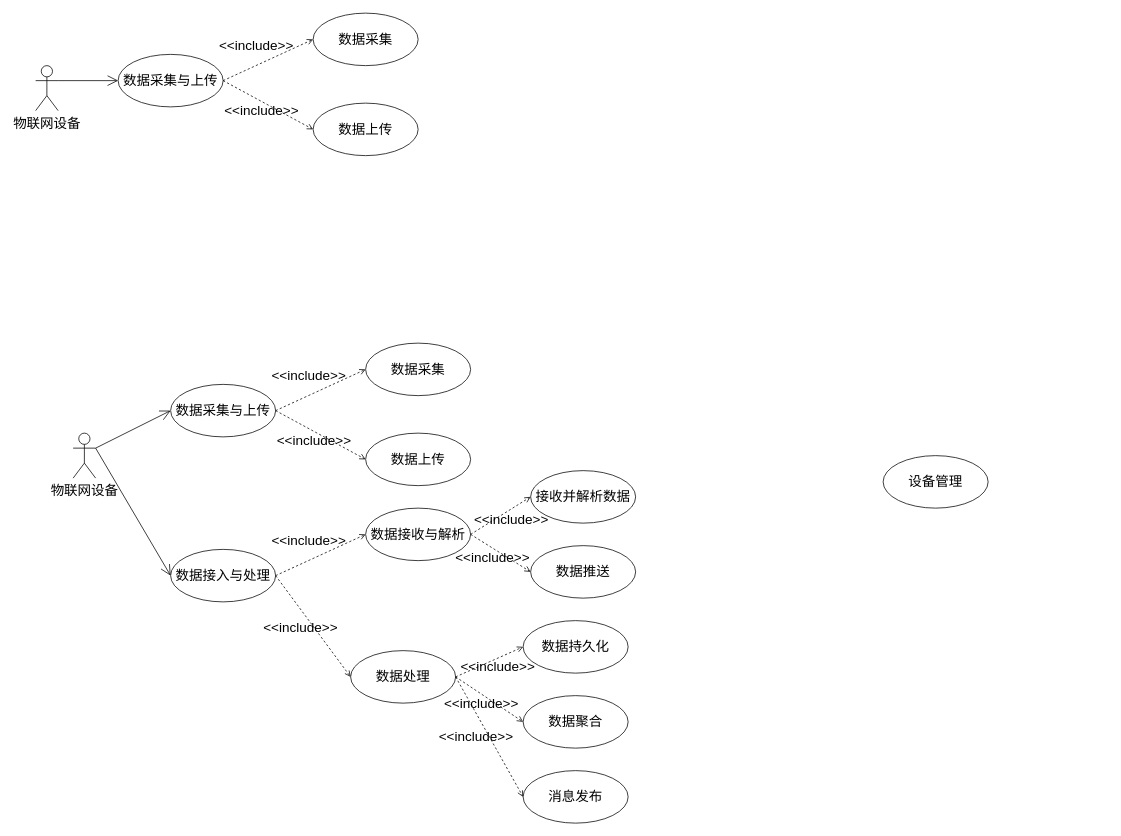
Above: 用例图.drawio in zhaoning999/notes (draw.io), before the change. Source tidied: cells renumbered, new cells numbered last; positions are measured from the earlier drawing's top-left corner, leaving out a move shared by most shapes. Both pictures are drawn from the tidied source at 75%, with x=0, y=0 at pixel (35, 13).
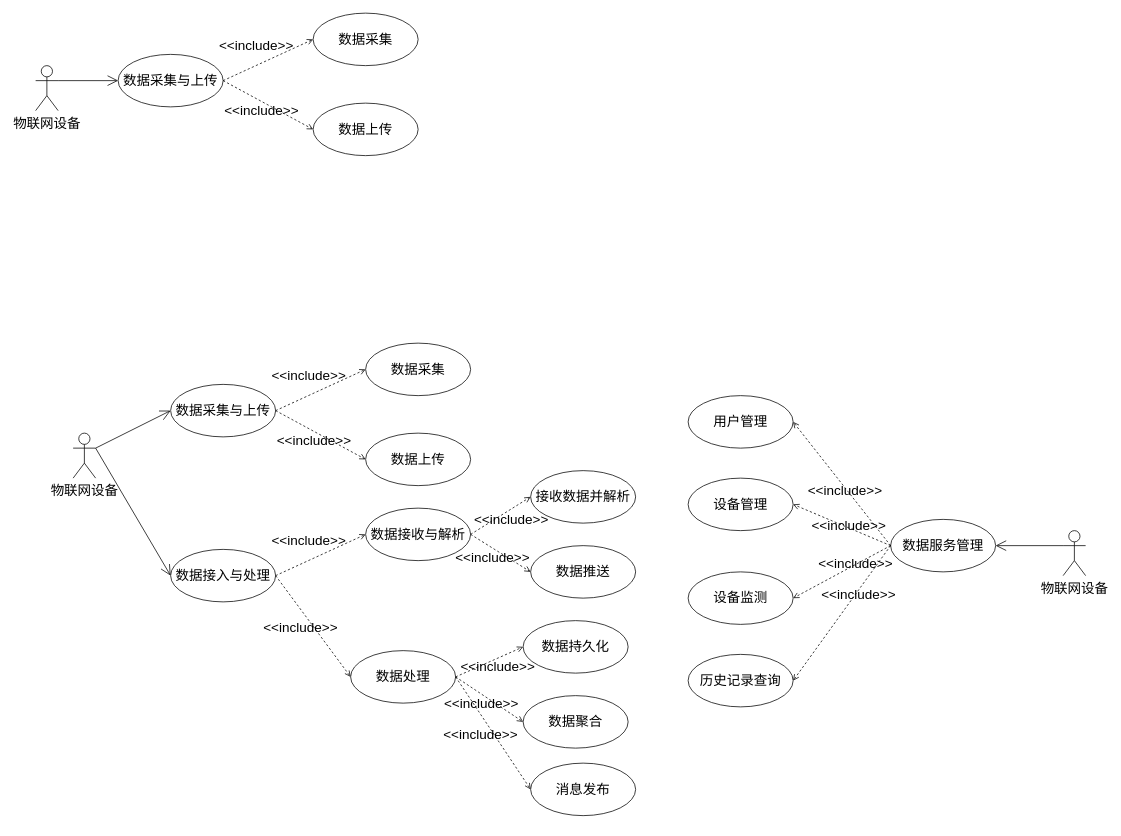
After the change.

Commit message:
更新用例图.drawio

The edit, as a diff of the source:
```diff
@@
-    <mxCell id="28" value="接收并解析数据" style="ellipse;whiteSpace=wrap;html=1;fontSize=18;" parent="1" vertex="1">
+    <mxCell id="28" value="接收数据并解析" style="ellipse;whiteSpace=wrap;html=1;fontSize=18;" parent="1" vertex="1">
       <mxGeometry x="660" y="610" width="140" height="70" as="geometry" />
     </mxCell>
@@
     <mxCell id="33" value="消息发布" style="ellipse;whiteSpace=wrap;html=1;fontSize=18;" parent="1" vertex="1">
-      <mxGeometry x="650" y="1010" width="140" height="70" as="geometry" />
+      <mxGeometry x="660" y="1000" width="140" height="70" as="geometry" />
     </mxCell>
@@
-    <mxCell id="38" value="设备管理" style="ellipse;whiteSpace=wrap;html=1;fontSize=18;" parent="1" vertex="1">
-      <mxGeometry x="1130" y="590" width="140" height="70" as="geometry" />
+    <mxCell id="38" value="数据服务管理" style="ellipse;whiteSpace=wrap;html=1;fontSize=18;" parent="1" vertex="1">
+      <mxGeometry x="1140" y="675" width="140" height="70" as="geometry" />
     </mxCell>
+    <mxCell id="39" value="&lt;font style=&quot;font-size: 18px;&quot;&gt;物联网设备&lt;/font&gt;" style="shape=umlActor;verticalLabelPosition=bottom;verticalAlign=top;html=1;outlineConnect=0;" parent="1" vertex="1">
+      <mxGeometry x="1370" y="690" width="30" height="60" as="geometry" />
+    </mxCell>
+    <mxCell id="40" style="endArrow=open;endFill=1;endSize=12;html=1;rounded=0;fontSize=18;exitX=0;exitY=0.3333333333333333;exitDx=0;exitDy=0;exitPerimeter=0;entryX=1;entryY=0.5;entryDx=0;entryDy=0;" parent="1" edge="1" source="39" target="38">
+      <mxGeometry relative="1" as="geometry" />
+    </mxCell>
+    <mxCell id="41" value="&amp;lt;&amp;lt;include&amp;gt;&amp;gt;" style="html=1;verticalAlign=bottom;labelBackgroundColor=none;endArrow=open;endFill=0;dashed=1;rounded=0;fontSize=18;exitX=0;exitY=0.5;exitDx=0;exitDy=0;entryX=1;entryY=0.5;entryDx=0;entryDy=0;" parent="1" edge="1" source="38" target="42">
+      <mxGeometry x="-0.2" y="11" relative="1" as="geometry" />
+    </mxCell>
+    <mxCell id="42" value="用户管理" style="ellipse;whiteSpace=wrap;html=1;fontSize=18;" parent="1" vertex="1">
+      <mxGeometry x="870" y="510" width="140" height="70" as="geometry" />
+    </mxCell>
+    <mxCell id="43" value="设备管理" style="ellipse;whiteSpace=wrap;html=1;fontSize=18;" parent="1" vertex="1">
+      <mxGeometry x="870" y="620" width="140" height="70" as="geometry" />
+    </mxCell>
+    <mxCell id="44" value="&amp;lt;&amp;lt;include&amp;gt;&amp;gt;" style="html=1;verticalAlign=bottom;labelBackgroundColor=none;endArrow=open;endFill=0;dashed=1;rounded=0;fontSize=18;exitX=0;exitY=0.5;exitDx=0;exitDy=0;entryX=1;entryY=0.5;entryDx=0;entryDy=0;" parent="1" edge="1" source="38" target="43">
+      <mxGeometry x="-0.2" y="11" relative="1" as="geometry" />
+    </mxCell>
+    <mxCell id="45" value="设备监测" style="ellipse;whiteSpace=wrap;html=1;fontSize=18;" parent="1" vertex="1">
+      <mxGeometry x="870" y="745" width="140" height="70" as="geometry" />
+    </mxCell>
+    <mxCell id="46" value="历史记录查询" style="ellipse;whiteSpace=wrap;html=1;fontSize=18;" parent="1" vertex="1">
+      <mxGeometry x="870" y="855" width="140" height="70" as="geometry" />
+    </mxCell>
+    <mxCell id="47" value="&amp;lt;&amp;lt;include&amp;gt;&amp;gt;" style="html=1;verticalAlign=bottom;labelBackgroundColor=none;endArrow=open;endFill=0;dashed=1;rounded=0;fontSize=18;exitX=0;exitY=0.5;exitDx=0;exitDy=0;entryX=1;entryY=0.5;entryDx=0;entryDy=0;" parent="1" edge="1" source="38" target="45">
+      <mxGeometry x="-0.2" y="11" relative="1" as="geometry" />
+    </mxCell>
+    <mxCell id="48" value="&amp;lt;&amp;lt;include&amp;gt;&amp;gt;" style="html=1;verticalAlign=bottom;labelBackgroundColor=none;endArrow=open;endFill=0;dashed=1;rounded=0;fontSize=18;exitX=0;exitY=0.5;exitDx=0;exitDy=0;entryX=1;entryY=0.5;entryDx=0;entryDy=0;" parent="1" edge="1" source="38" target="46">
+      <mxGeometry x="-0.2" y="11" relative="1" as="geometry" />
+    </mxCell>
```
